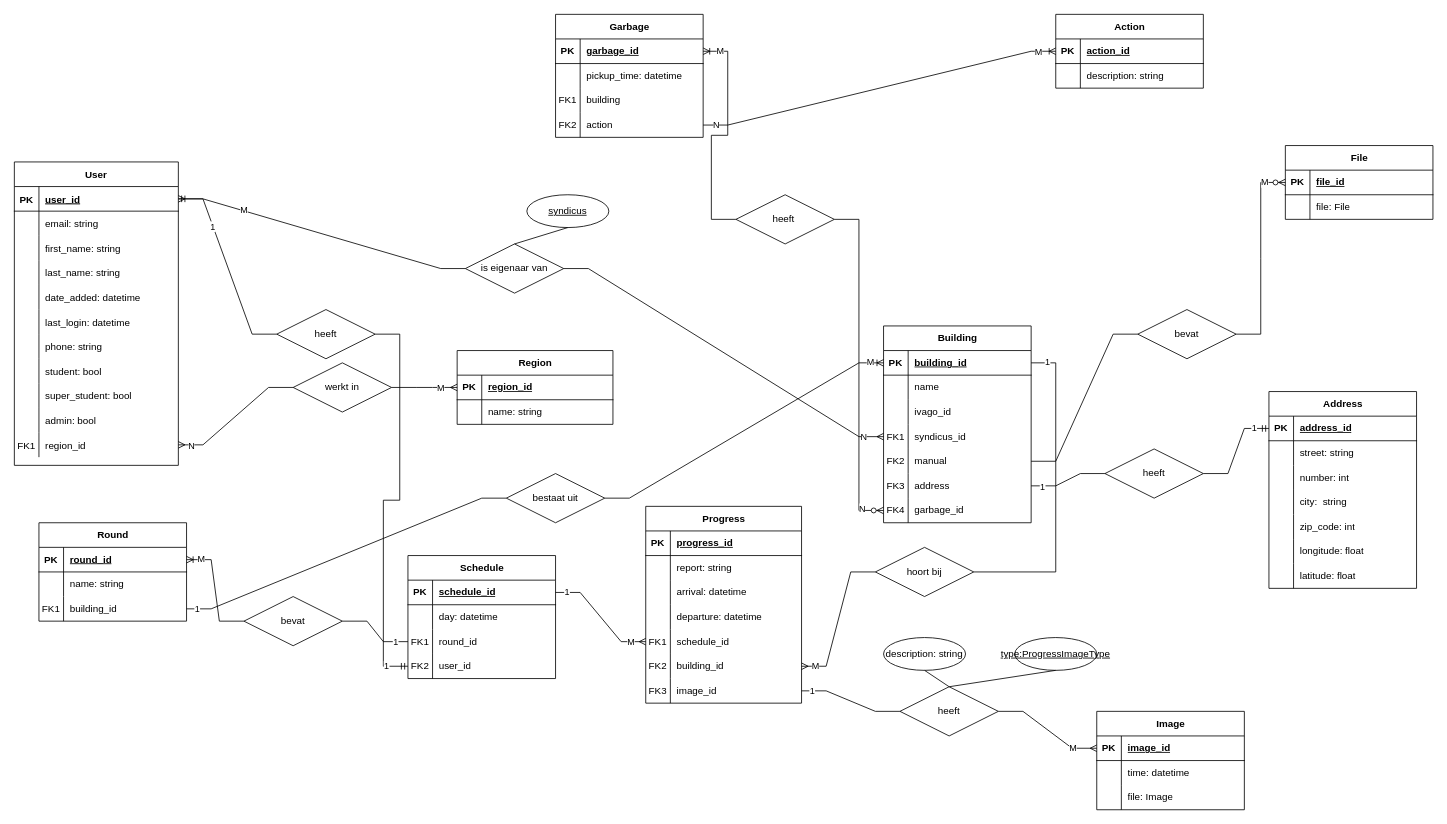
Above: documentatie/drtrottoir.drawio in SELab-2/Dr-Trottoir-1 (draw.io), before the change. Source tidied: cells renumbered, new cells numbered last; positions are measured from the earlier drawing's top-left corner, leaving out a move shared by most shapes. Both pictures are drawn from the tidied source at 82%, with x=0, y=0 at pixel (14, 14).
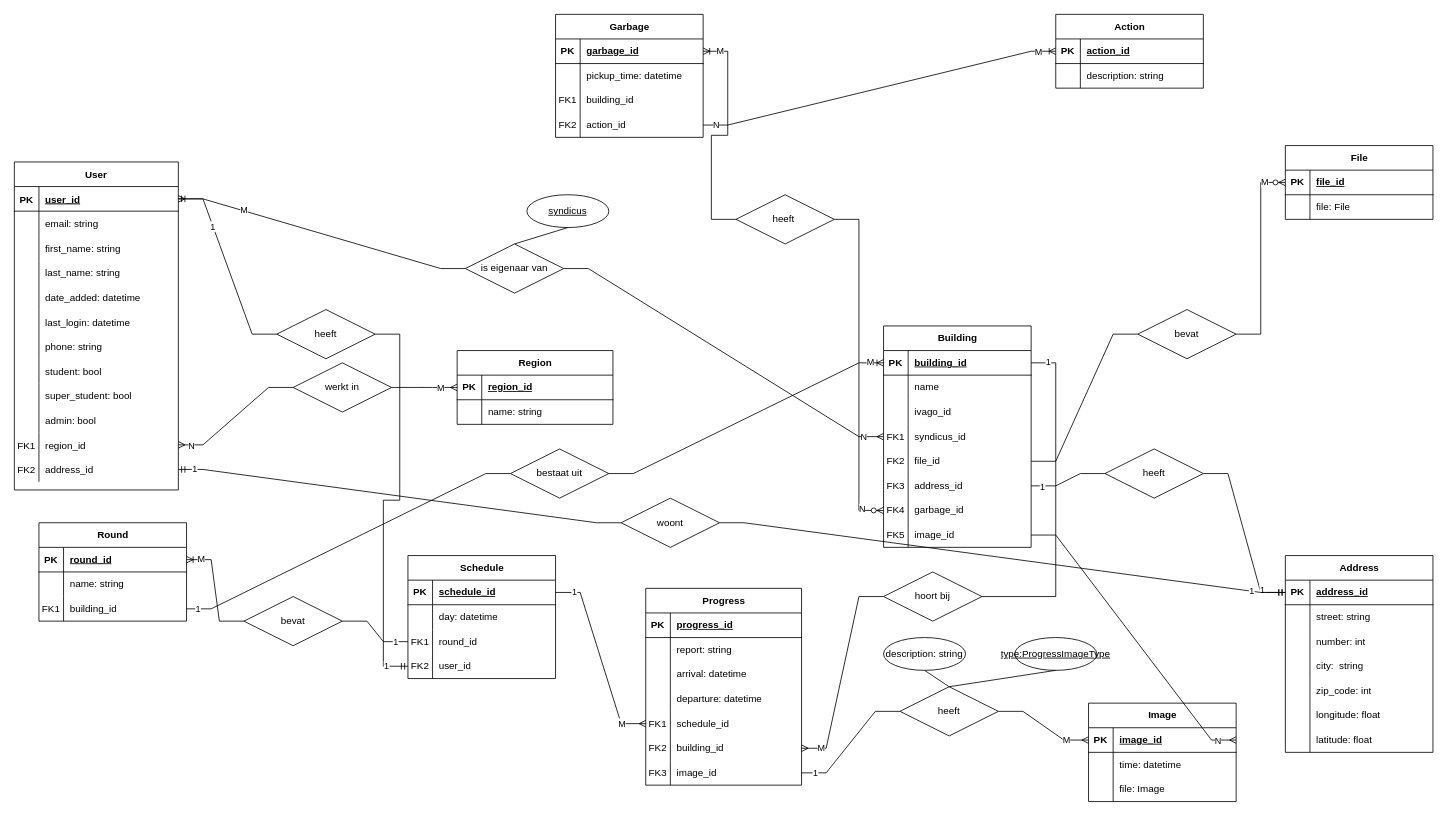
Above is the later version.

The change refers to these unchanged cells:
```xml
<mxCell id="101" style="shape=tableRow;horizontal=0;startSize=0;swimlaneHead=0;swimlaneBody=0;fillColor=none;points=[[0,0.5],[1,0.5]];portConstraint=eastwest;top=0;left=0;right=0;bottom=0;" parent="88" vertex="1">
  <mxGeometry y="150" width="180" height="30" as="geometry" />
</mxCell>
<mxCell id="104" style="shape=tableRow;horizontal=0;startSize=0;swimlaneHead=0;swimlaneBody=0;fillColor=none;points=[[0,0.5],[1,0.5]];portConstraint=eastwest;top=0;left=0;right=0;bottom=0;" parent="88" vertex="1">
  <mxGeometry y="180" width="180" height="30" as="geometry" />
</mxCell>
<mxCell id="117" style="shape=tableRow;horizontal=0;startSize=0;swimlaneHead=0;swimlaneBody=0;fillColor=none;top=0;left=0;right=0;bottom=0;" parent="110" vertex="1">
  <mxGeometry y="90" width="180" height="30" as="geometry" />
</mxCell>
<mxCell id="120" style="shape=tableRow;horizontal=0;startSize=0;swimlaneHead=0;swimlaneBody=0;fillColor=none;points=[[0,0.5],[1,0.5]];portConstraint=eastwest;top=0;left=0;right=0;bottom=0;" parent="110" vertex="1">
  <mxGeometry y="120" width="180" height="30" as="geometry" />
</mxCell>
<mxCell id="133" style="shape=tableRow;horizontal=0;startSize=0;swimlaneHead=0;swimlaneBody=0;fillColor=none;points=[[0,0.5],[1,0.5]];portConstraint=eastwest;top=0;left=0;right=0;bottom=1;" parent="132" vertex="1">
  <mxGeometry y="30" width="180" height="30" as="geometry" />
</mxCell>
<mxCell id="172" style="shape=tableRow;horizontal=0;startSize=0;swimlaneHead=0;swimlaneBody=0;fillColor=none;points=[[0,0.5],[1,0.5]];portConstraint=eastwest;top=0;left=0;right=0;bottom=1;" parent="171" vertex="1">
  <mxGeometry y="30" width="180" height="30" as="geometry" />
</mxCell>
```

The edit, as a diff of the source:
```diff
@@
     <mxCell id="2" value="User" style="shape=table;startSize=30;childLayout=tableLayout;rowLines=0;fontStyle=1;align=center;" parent="1" vertex="1">
-      <mxGeometry y="180" width="200" height="370" as="geometry" />
+      <mxGeometry y="180" width="200" height="400" as="geometry" />
     </mxCell>
@@
+    <mxCell id="230" style="shape=partialRectangle;fillColor=none;points=[[0,0.5],[1,0.5]];portConstraint=eastwest;top=0;left=0;right=0;bottom=0;" parent="2" vertex="1">
+      <mxGeometry y="360" width="200" height="30" as="geometry" />
+    </mxCell>
+    <mxCell id="231" value="FK2" style="shape=partialRectangle;overflow=hidden;fillColor=none;top=0;left=0;bottom=0;right=0;" parent="230" vertex="1">
+      <mxGeometry width="30" height="30" as="geometry" />
+    </mxCell>
+    <mxCell id="232" value="address_id" style="shape=partialRectangle;overflow=hidden;fillColor=none;top=0;left=0;bottom=0;right=0;align=left;spacingLeft=6;" parent="230" vertex="1">
+      <mxGeometry x="30" width="170" height="30" as="geometry" />
+    </mxCell>
@@
     <mxCell id="43" value="Progress" style="shape=table;startSize=30;childLayout=tableLayout;rowLines=0;fontStyle=1;align=center;html=1;" parent="1" vertex="1">
-      <mxGeometry x="770" y="600" width="190" height="240" as="geometry" />
+      <mxGeometry x="770" y="700" width="190" height="240" as="geometry" />
     </mxCell>
@@
     <mxCell id="88" value="Building" style="shape=table;startSize=30;childLayout=tableLayout;rowLines=0;fontStyle=1;align=center;html=1;" parent="1" vertex="1">
-      <mxGeometry x="1060" y="380" width="180" height="240" as="geometry" />
+      <mxGeometry x="1060" y="380" width="180" height="270" as="geometry" />
     </mxCell>
@@
-    <mxCell id="103" value="manual" style="shape=partialRectangle;fillColor=none;top=0;left=0;bottom=0;right=0;align=left;spacingLeft=6;overflow=hidden;whiteSpace=wrap;html=1;" parent="101" vertex="1">
+    <mxCell id="103" value="file_id" style="shape=partialRectangle;fillColor=none;top=0;left=0;bottom=0;right=0;align=left;spacingLeft=6;overflow=hidden;whiteSpace=wrap;html=1;" parent="101" vertex="1">
       <mxGeometry x="30" width="150" height="30" as="geometry" />
     </mxCell>
@@
-    <mxCell id="106" value="address" style="shape=partialRectangle;fillColor=none;top=0;left=0;bottom=0;right=0;align=left;spacingLeft=6;overflow=hidden;whiteSpace=wrap;html=1;" parent="104" vertex="1">
+    <mxCell id="106" value="address_id" style="shape=partialRectangle;fillColor=none;top=0;left=0;bottom=0;right=0;align=left;spacingLeft=6;overflow=hidden;whiteSpace=wrap;html=1;" parent="104" vertex="1">
       <mxGeometry x="30" width="150" height="30" as="geometry" />
     </mxCell>
@@
+    <mxCell id="233" style="shape=tableRow;horizontal=0;startSize=0;swimlaneHead=0;swimlaneBody=0;fillColor=none;points=[[0,0.5],[1,0.5]];portConstraint=eastwest;top=0;left=0;right=0;bottom=0;" parent="88" vertex="1">
+      <mxGeometry y="240" width="180" height="30" as="geometry" />
+    </mxCell>
+    <mxCell id="234" value="FK5" style="shape=partialRectangle;fillColor=none;top=0;left=0;bottom=0;right=0;overflow=hidden;whiteSpace=wrap;html=1;" parent="233" vertex="1">
+      <mxGeometry width="30" height="30" as="geometry" />
+    </mxCell>
+    <mxCell id="235" value="image_id" style="shape=partialRectangle;fillColor=none;top=0;left=0;bottom=0;right=0;align=left;spacingLeft=6;overflow=hidden;whiteSpace=wrap;html=1;" parent="233" vertex="1">
+      <mxGeometry x="30" width="150" height="30" as="geometry" />
+    </mxCell>
@@
-    <mxCell id="119" value="building" style="shape=partialRectangle;fillColor=none;top=0;left=0;bottom=0;right=0;align=left;spacingLeft=6;overflow=hidden;whiteSpace=wrap;html=1;" parent="117" vertex="1">
+    <mxCell id="119" value="building_id" style="shape=partialRectangle;fillColor=none;top=0;left=0;bottom=0;right=0;align=left;spacingLeft=6;overflow=hidden;whiteSpace=wrap;html=1;" parent="117" vertex="1">
       <mxGeometry x="30" width="150" height="30" as="geometry" />
     </mxCell>
@@
-    <mxCell id="122" value="action" style="shape=partialRectangle;fillColor=none;top=0;left=0;bottom=0;right=0;align=left;spacingLeft=6;overflow=hidden;whiteSpace=wrap;html=1;" parent="120" vertex="1">
+    <mxCell id="122" value="action_id" style="shape=partialRectangle;fillColor=none;top=0;left=0;bottom=0;right=0;align=left;spacingLeft=6;overflow=hidden;whiteSpace=wrap;html=1;" parent="120" vertex="1">
       <mxGeometry x="30" width="150" height="30" as="geometry" />
     </mxCell>
@@
     <mxCell id="132" value="Address" style="shape=table;startSize=30;childLayout=tableLayout;rowLines=0;fontStyle=1;align=center;html=1;" parent="1" vertex="1">
-      <mxGeometry x="1530" y="460" width="180" height="240" as="geometry" />
+      <mxGeometry x="1550" y="660" width="180" height="240" as="geometry" />
     </mxCell>
@@
     <mxCell id="171" value="Image" style="shape=table;startSize=30;childLayout=tableLayout;rowLines=0;fontStyle=1;align=center;html=1;" parent="1" vertex="1">
-      <mxGeometry x="1320" y="850" width="180" height="120" as="geometry" />
+      <mxGeometry x="1310" y="840" width="180" height="120" as="geometry" />
     </mxCell>
@@
     <mxCell id="196" value="bestaat uit" style="shape=rhombus;perimeter=rhombusPerimeter;whiteSpace=wrap;html=1;align=center;" parent="1" vertex="1">
-      <mxGeometry x="600" y="560" width="120" height="60" as="geometry" />
+      <mxGeometry x="605" y="530" width="120" height="60" as="geometry" />
     </mxCell>
@@
     <mxCell id="211" value="hoort bij" style="shape=rhombus;perimeter=rhombusPerimeter;whiteSpace=wrap;html=1;align=center;" parent="1" vertex="1">
-      <mxGeometry x="1050" y="650" width="120" height="60" as="geometry" />
+      <mxGeometry x="1060" y="680" width="120" height="60" as="geometry" />
     </mxCell>
@@
+    <mxCell id="236" style="edgeStyle=entityRelationEdgeStyle;fontSize=12;html=1;endArrow=ERmandOne;startArrow=none;rounded=0;exitX=1;exitY=0.5;exitDx=0;exitDy=0;entryX=0;entryY=0.5;entryDx=0;entryDy=0;" parent="1" edge="1" source="240" target="133">
+      <mxGeometry relative="1" as="geometry" />
+    </mxCell>
+    <mxCell id="237" value="1" style="edgeLabel;html=1;align=center;verticalAlign=middle;" parent="236" vertex="1">
+      <mxGeometry x="0.88" y="1" relative="1" as="geometry" />
+    </mxCell>
+    <mxCell id="238" style="edgeStyle=entityRelationEdgeStyle;fontSize=12;html=1;endArrow=none;startArrow=ERmandOne;rounded=0;exitX=1;exitY=0.5;exitDx=0;exitDy=0;entryX=0;entryY=0.5;entryDx=0;entryDy=0;" parent="1" edge="1" source="230" target="240">
+      <mxGeometry relative="1" as="geometry" />
+    </mxCell>
+    <mxCell id="239" value="1" style="edgeLabel;html=1;align=center;verticalAlign=middle;" parent="238" vertex="1">
+      <mxGeometry x="-0.93" y="1" relative="1" as="geometry" />
+    </mxCell>
+    <mxCell id="240" value="woont" style="shape=rhombus;perimeter=rhombusPerimeter;whiteSpace=wrap;html=1;align=center;" parent="1" vertex="1">
+      <mxGeometry x="740" y="590" width="120" height="60" as="geometry" />
+    </mxCell>
+    <mxCell id="241" style="edgeStyle=entityRelationEdgeStyle;fontSize=12;html=1;endArrow=ERmany;rounded=0;exitX=1;exitY=0.5;exitDx=0;exitDy=0;entryX=1;entryY=0.5;entryDx=0;entryDy=0;" parent="1" edge="1" source="233" target="172">
+      <mxGeometry relative="1" as="geometry" />
+    </mxCell>
+    <mxCell id="242" value="N" style="edgeLabel;html=1;align=center;verticalAlign=middle;" parent="241" vertex="1">
+      <mxGeometry x="0.88" relative="1" as="geometry" />
+    </mxCell>
```
